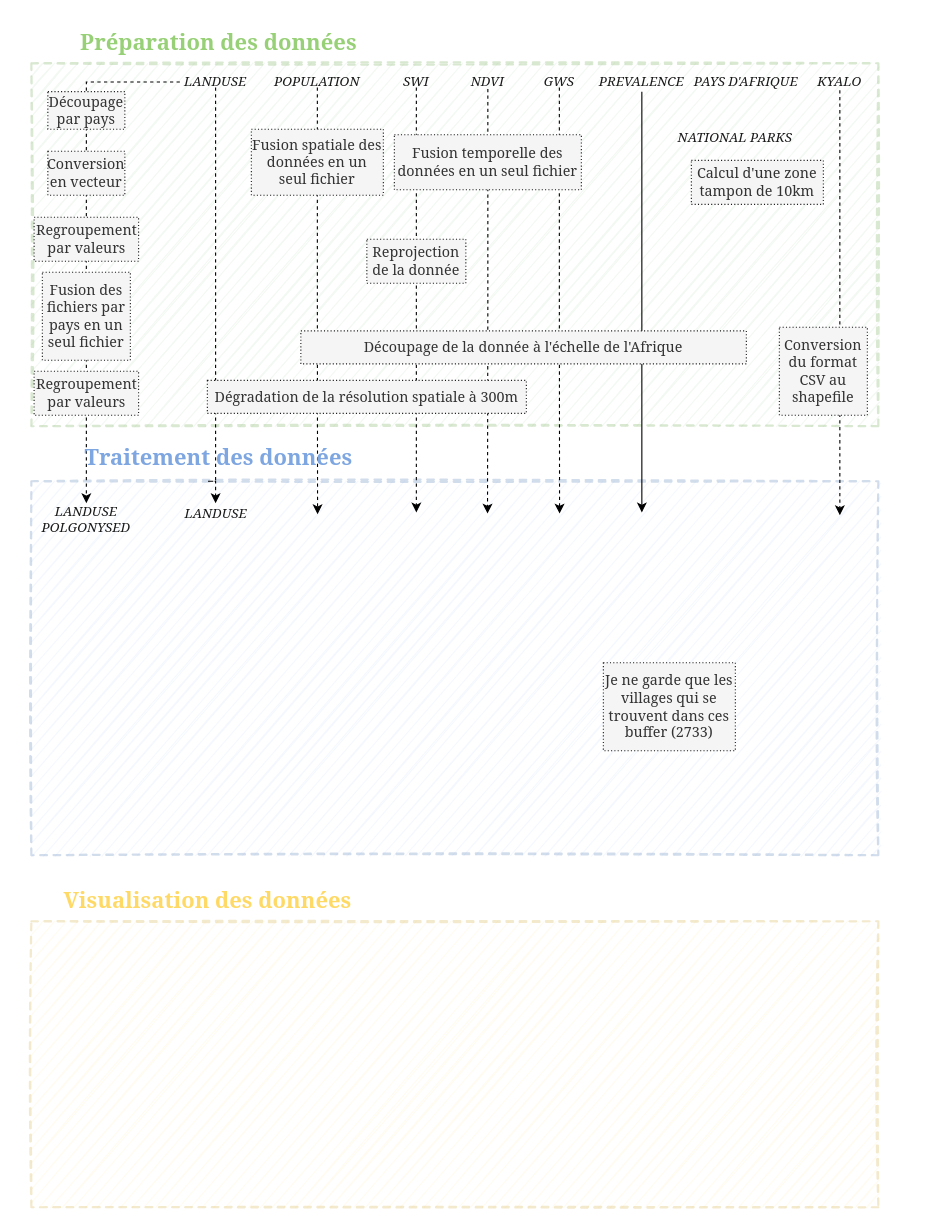
Above: page "Global I/O" (1 of 2) of docs/INPMT_simple.drawio in pierre-manchon/INPMT (draw.io), before the change. Source tidied: cells renumbered, new cells numbered last; positions are measured from the earlier drawing's top-left corner, leaving out a move shared by most shapes. Both pictures are drawn from the tidied source at 110%, with x=0, y=0 at pixel (31, 19).
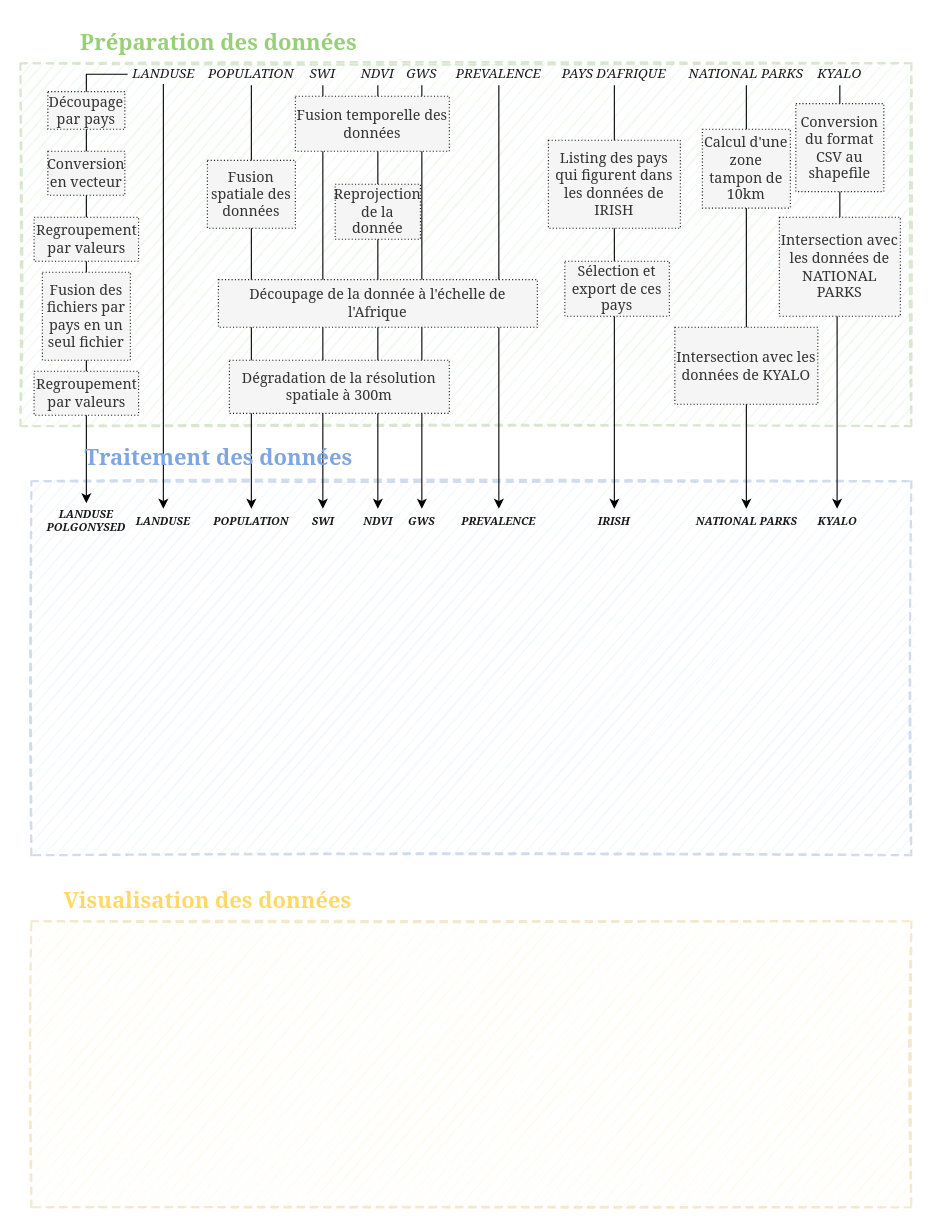
After the change.

What changed in the source:
```diff
@@
     <mxCell id="2" style="rounded=0;whiteSpace=wrap;html=1;strokeColor=#6c8ebf;dashed=1;strokeWidth=2;fillColor=#dae8fc;opacity=30;sketch=1;" parent="1" vertex="1">
-      <mxGeometry y="420" width="770" height="340" as="geometry" />
+      <mxGeometry y="420" width="800" height="340" as="geometry" />
     </mxCell>
     <mxCell id="3" style="rounded=0;whiteSpace=wrap;html=1;strokeColor=#82b366;dashed=1;strokeWidth=2;fillColor=#d5e8d4;opacity=30;shadow=0;sketch=1;" parent="1" vertex="1">
-      <mxGeometry y="40" width="770" height="330" as="geometry" />
+      <mxGeometry x="-10" y="40" width="810" height="330" as="geometry" />
     </mxCell>
@@
     <mxCell id="5" style="rounded=0;whiteSpace=wrap;html=1;strokeColor=#d6b656;dashed=1;strokeWidth=2;fillColor=#fff2cc;opacity=30;sketch=1;" parent="1" vertex="1">
-      <mxGeometry y="820" width="770" height="260" as="geometry" />
+      <mxGeometry y="820" width="800" height="260" as="geometry" />
     </mxCell>
@@
-    <mxCell id="7" value="Calcul d'une zone tampon de 10km" style="rounded=0;whiteSpace=wrap;html=1;shadow=0;labelBackgroundColor=none;sketch=0;fontFamily=Georgia;fontSize=13;strokeWidth=1;dashed=1;dashPattern=1 2;fontColor=#333333;fillColor=#F5F5F5;glass=0;strokeColor=#1A1A1A;" parent="1" vertex="1">
-      <mxGeometry x="600" y="128.3" width="120" height="40" as="geometry" />
-    </mxCell>
-    <mxCell id="8" value="Je ne garde que les villages qui se trouvent dans ces buffer (2733)" style="rounded=0;whiteSpace=wrap;html=1;shadow=0;labelBackgroundColor=none;sketch=0;fontFamily=Georgia;fontSize=13;strokeWidth=1;dashed=1;dashPattern=1 2;fontColor=#333333;fillColor=#F5F5F5;glass=0;strokeColor=#1A1A1A;" parent="1" vertex="1">
-      <mxGeometry x="520" y="585" width="120" height="80" as="geometry" />
-    </mxCell>
-    <mxCell id="9" style="edgeStyle=orthogonalEdgeStyle;rounded=0;jettySize=auto;html=1;exitX=0.5;exitY=1;exitDx=0;exitDy=0;dashed=1;entryX=0.5;entryY=0;entryDx=0;entryDy=0;" parent="1" edge="1" source="11" target="36">
+    <mxCell id="9" style="edgeStyle=orthogonalEdgeStyle;rounded=0;jettySize=auto;html=1;exitX=0.5;exitY=1;exitDx=0;exitDy=0;entryX=0.5;entryY=0;entryDx=0;entryDy=0;" parent="1" edge="1" source="11" target="36">
       <mxGeometry relative="1" as="geometry">
         <Array as="points">
-          <mxPoint x="160" y="420" />
-          <mxPoint x="160" y="420" />
+          <mxPoint x="120" y="61" />
         </Array>
       </mxGeometry>
     </mxCell>
-    <mxCell id="10" style="edgeStyle=orthogonalEdgeStyle;rounded=0;jettySize=auto;html=1;exitX=0;exitY=0.5;exitDx=0;exitDy=0;dashed=1;entryX=0.5;entryY=0;entryDx=0;entryDy=0;" parent="1" edge="1" source="11" target="35">
+    <mxCell id="10" style="edgeStyle=orthogonalEdgeStyle;rounded=0;jettySize=auto;html=1;exitX=0;exitY=0.5;exitDx=0;exitDy=0;entryX=0.5;entryY=0;entryDx=0;entryDy=0;" parent="1" edge="1" source="11" target="35">
       <mxGeometry relative="1" as="geometry">
         <Array as="points">
-          <mxPoint x="50" y="57" />
+          <mxPoint x="88" y="50" />
+          <mxPoint x="50" y="50" />
         </Array>
       </mxGeometry>
     </mxCell>
     <mxCell id="11" value="LANDUSE" style="text;html=1;strokeColor=none;fillColor=none;align=center;verticalAlign=middle;whiteSpace=wrap;rounded=0;shadow=0;labelBackgroundColor=none;sketch=0;fontFamily=Georgia;fontSize=12;fontColor=#1A1A1A;fontStyle=2;rotation=0;direction=east;" parent="1" vertex="1">
-      <mxGeometry x="135" y="52.1" width="65" height="10" as="geometry" />
+      <mxGeometry x="87.5" y="41" width="65" height="17.9" as="geometry" />
     </mxCell>
@@
-    <mxCell id="15" style="edgeStyle=orthogonalEdgeStyle;rounded=0;jettySize=auto;html=1;exitX=0.5;exitY=1;exitDx=0;exitDy=0;dashed=1;" parent="1" edge="1" source="16">
-      <mxGeometry relative="1" as="geometry">
-        <mxPoint x="260.2" y="450" as="targetPoint" />
-      </mxGeometry>
+    <mxCell id="15" style="edgeStyle=orthogonalEdgeStyle;rounded=0;jettySize=auto;html=1;exitX=0.5;exitY=1;exitDx=0;exitDy=0;entryX=0.5;entryY=0;entryDx=0;entryDy=0;" parent="1" edge="1" source="16" target="42">
+      <mxGeometry relative="1" as="geometry" />
     </mxCell>
     <mxCell id="16" value="POPULATION" style="text;html=1;strokeColor=none;fillColor=none;align=center;verticalAlign=middle;whiteSpace=wrap;rounded=0;shadow=0;labelBackgroundColor=none;sketch=0;fontFamily=Georgia;fontSize=12;fontColor=#1A1A1A;fontStyle=2;rotation=0;direction=east;" parent="1" vertex="1">
-      <mxGeometry x="220" y="52.1" width="80" height="10" as="geometry" />
+      <mxGeometry x="160" y="40" width="80" height="20" as="geometry" />
     </mxCell>
-    <mxCell id="17" style="edgeStyle=orthogonalEdgeStyle;rounded=0;jettySize=auto;html=1;exitX=0.5;exitY=1;exitDx=0;exitDy=0;dashed=1;" parent="1" edge="1" source="18">
+    <mxCell id="17" style="edgeStyle=orthogonalEdgeStyle;rounded=0;jettySize=auto;html=1;exitX=0.5;exitY=1;exitDx=0;exitDy=0;entryX=0.5;entryY=0;entryDx=0;entryDy=0;" parent="1" edge="1" source="18" target="43">
       <mxGeometry relative="1" as="geometry">
-        <mxPoint x="350" y="448.3" as="targetPoint" />
+        <Array as="points">
+          <mxPoint x="265" y="445" />
+        </Array>
       </mxGeometry>
     </mxCell>
     <mxCell id="18" value="SWI" style="text;html=1;strokeColor=none;fillColor=none;align=center;verticalAlign=middle;whiteSpace=wrap;rounded=0;shadow=0;labelBackgroundColor=none;sketch=0;fontFamily=Georgia;fontSize=12;fontColor=#1A1A1A;fontStyle=2;rotation=0;direction=east;" parent="1" vertex="1">
-      <mxGeometry x="335" y="52.1" width="30" height="10" as="geometry" />
+      <mxGeometry x="250" y="40" width="30" height="20" as="geometry" />
     </mxCell>
-    <mxCell id="19" style="edgeStyle=orthogonalEdgeStyle;rounded=0;jettySize=auto;html=1;exitX=0.5;exitY=1;exitDx=0;exitDy=0;dashed=1;" parent="1" edge="1" source="20">
+    <mxCell id="19" style="edgeStyle=orthogonalEdgeStyle;rounded=0;jettySize=auto;html=1;exitX=0.5;exitY=1;exitDx=0;exitDy=0;entryX=0.5;entryY=0;entryDx=0;entryDy=0;" parent="1" edge="1" source="20" target="45">
       <mxGeometry relative="1" as="geometry">
-        <mxPoint x="480.2" y="449.4" as="targetPoint" />
+        <Array as="points">
+          <mxPoint x="355" y="410" />
+          <mxPoint x="355" y="410" />
+        </Array>
       </mxGeometry>
     </mxCell>
     <mxCell id="20" value="GWS" style="text;html=1;strokeColor=none;fillColor=none;align=center;verticalAlign=middle;whiteSpace=wrap;rounded=0;shadow=0;labelBackgroundColor=none;sketch=0;fontFamily=Georgia;fontSize=12;fontColor=#1A1A1A;fontStyle=2;rotation=0;direction=east;" parent="1" vertex="1">
-      <mxGeometry x="465" y="52.1" width="30" height="10" as="geometry" />
+      <mxGeometry x="340" y="40" width="30" height="20" as="geometry" />
     </mxCell>
-    <mxCell id="21" value="Traitement des données" style="text;align=center;verticalAlign=middle;rounded=0;dashed=1;opacity=30;fontStyle=1;fontSize=20;labelBackgroundColor=none;labelBorderColor=none;html=1;labelPosition=center;verticalLabelPosition=middle;fontFamily=Georgia;fontColor=#7EA6E0;" parent="1" vertex="1">
-      <mxGeometry x="30" y="378.3" width="280" height="40" as="geometry" />
-    </mxCell>
+    <mxCell id="40" style="edgeStyle=orthogonalEdgeStyle;rounded=0;jettySize=auto;html=1;exitX=0.5;exitY=1;exitDx=0;exitDy=0;fontSize=10;entryX=0.5;entryY=0;entryDx=0;entryDy=0;" parent="1" edge="1" source="22" target="48">
+      <mxGeometry relative="1" as="geometry" />
+    </mxCell>
     <mxCell id="22" value="PAYS D'AFRIQUE" style="text;html=1;strokeColor=none;fillColor=none;align=center;verticalAlign=middle;whiteSpace=wrap;rounded=0;shadow=0;labelBackgroundColor=none;sketch=0;fontFamily=Georgia;fontSize=12;fontColor=#1A1A1A;fontStyle=2;rotation=0;direction=east;" parent="1" vertex="1">
-      <mxGeometry x="600" y="49.6" width="100" height="15" as="geometry" />
+      <mxGeometry x="480" y="40" width="100" height="20" as="geometry" />
     </mxCell>
-    <mxCell id="23" style="edgeStyle=orthogonalEdgeStyle;rounded=0;jettySize=auto;html=1;exitX=0.5;exitY=1;exitDx=0;exitDy=0;dashed=1;" parent="1" edge="1" source="24">
-      <mxGeometry relative="1" as="geometry">
-        <mxPoint x="735" y="450.9" as="targetPoint" />
-      </mxGeometry>
+    <mxCell id="23" style="edgeStyle=orthogonalEdgeStyle;rounded=0;jettySize=auto;html=1;exitX=0.5;exitY=1;exitDx=0;exitDy=0;entryX=0.5;entryY=0;entryDx=0;entryDy=0;" parent="1" edge="1" source="24" target="49">
+      <mxGeometry relative="1" as="geometry" />
     </mxCell>
     <mxCell id="24" value="KYALO" style="text;html=1;strokeColor=none;fillColor=none;align=center;verticalAlign=middle;whiteSpace=wrap;rounded=0;shadow=0;labelBackgroundColor=none;sketch=0;fontFamily=Georgia;fontSize=12;fontColor=#1A1A1A;fontStyle=2;rotation=0;direction=east;" parent="1" vertex="1">
-      <mxGeometry x="710" y="49.6" width="50" height="15" as="geometry" />
+      <mxGeometry x="710" y="40" width="50" height="20" as="geometry" />
     </mxCell>
+    <mxCell id="41" style="edgeStyle=orthogonalEdgeStyle;rounded=0;jettySize=auto;html=1;exitX=0.5;exitY=1;exitDx=0;exitDy=0;fontSize=10;entryX=0.5;entryY=0;entryDx=0;entryDy=0;" parent="1" edge="1" source="25" target="50">
+      <mxGeometry relative="1" as="geometry" />
+    </mxCell>
     <mxCell id="25" value="NATIONAL PARKS" style="text;html=1;strokeColor=none;fillColor=none;align=center;verticalAlign=middle;whiteSpace=wrap;rounded=0;shadow=0;labelBackgroundColor=none;sketch=0;fontFamily=Georgia;fontSize=12;fontColor=#1A1A1A;fontStyle=2;rotation=0;direction=east;" parent="1" vertex="1">
-      <mxGeometry x="580" y="98.3" width="120" height="20" as="geometry" />
+      <mxGeometry x="590" y="40" width="120" height="20" as="geometry" />
     </mxCell>
-    <mxCell id="26" style="edgeStyle=orthogonalEdgeStyle;rounded=0;jettySize=auto;html=1;exitX=0.5;exitY=1;exitDx=0;exitDy=0;dashed=1;" parent="1" edge="1" source="27">
+    <mxCell id="26" style="edgeStyle=orthogonalEdgeStyle;rounded=0;jettySize=auto;html=1;exitX=0.5;exitY=1;exitDx=0;exitDy=0;entryX=0.5;entryY=0;entryDx=0;entryDy=0;" parent="1" edge="1" source="27" target="44">
       <mxGeometry relative="1" as="geometry">
-        <mxPoint x="414.7" y="449.4" as="targetPoint" />
+        <Array as="points">
+          <mxPoint x="315" y="445" />
+        </Array>
       </mxGeometry>
     </mxCell>
     <mxCell id="27" value="NDVI" style="text;html=1;strokeColor=none;fillColor=none;align=center;verticalAlign=middle;whiteSpace=wrap;rounded=0;shadow=0;labelBackgroundColor=none;sketch=0;fontFamily=Georgia;fontSize=12;fontColor=#1A1A1A;fontStyle=2;rotation=0;direction=east;" parent="1" vertex="1">
-      <mxGeometry x="390" y="50.8" width="50" height="12.5" as="geometry" />
+      <mxGeometry x="290" y="40" width="50" height="20" as="geometry" />
     </mxCell>
-    <mxCell id="28" style="edgeStyle=orthogonalEdgeStyle;rounded=0;jettySize=auto;html=1;exitX=0.5;exitY=1;exitDx=0;exitDy=0;" parent="1" edge="1" source="29">
+    <mxCell id="28" style="edgeStyle=orthogonalEdgeStyle;rounded=0;jettySize=auto;html=1;exitX=0.5;exitY=1;exitDx=0;exitDy=0;entryX=0.5;entryY=0;entryDx=0;entryDy=0;" parent="1" edge="1" source="29" target="46">
       <mxGeometry relative="1" as="geometry">
-        <mxPoint x="555" y="448.3" as="targetPoint" />
         <Array as="points">
-          <mxPoint x="555" y="438.3" />
-          <mxPoint x="555" y="438.3" />
+          <mxPoint x="425" y="445" />
         </Array>
       </mxGeometry>
     </mxCell>
     <mxCell id="29" value="PREVALENCE" style="text;html=1;strokeColor=none;fillColor=none;align=center;verticalAlign=middle;whiteSpace=wrap;rounded=0;shadow=0;labelBackgroundColor=none;sketch=0;fontFamily=Georgia;fontSize=12;fontColor=#1A1A1A;fontStyle=2;rotation=0;direction=east;" parent="1" vertex="1">
-      <mxGeometry x="510" y="48.3" width="90" height="17.5" as="geometry" />
+      <mxGeometry x="380" y="40" width="90" height="20" as="geometry" />
     </mxCell>
-    <mxCell id="30" value="Fusion spatiale des données en un seul fichier" style="rounded=0;whiteSpace=wrap;html=1;shadow=0;labelBackgroundColor=none;sketch=0;fontFamily=Georgia;fontSize=13;strokeWidth=1;dashed=1;dashPattern=1 2;fontColor=#333333;fillColor=#F5F5F5;glass=0;strokeColor=#1A1A1A;" parent="1" vertex="1">
-      <mxGeometry x="200" y="100" width="120" height="60" as="geometry" />
+    <mxCell id="30" value="Fusion spatiale des données" style="rounded=0;whiteSpace=wrap;html=1;shadow=0;labelBackgroundColor=none;sketch=0;fontFamily=Georgia;fontSize=13;strokeWidth=1;dashed=1;dashPattern=1 2;fontColor=#333333;fillColor=#F5F5F5;glass=0;strokeColor=#1A1A1A;" parent="1" vertex="1">
+      <mxGeometry x="160" y="128.3" width="80" height="61.7" as="geometry" />
     </mxCell>
-    <mxCell id="31" value="Fusion temporelle des données en un seul fichier" style="rounded=0;whiteSpace=wrap;html=1;shadow=0;labelBackgroundColor=none;sketch=0;fontFamily=Georgia;fontSize=13;strokeWidth=1;dashed=1;dashPattern=1 2;fontColor=#333333;fillColor=#F5F5F5;glass=0;strokeColor=#1A1A1A;" parent="1" vertex="1">
-      <mxGeometry x="330" y="105" width="170" height="50" as="geometry" />
+    <mxCell id="31" value="Fusion temporelle des données" style="rounded=0;whiteSpace=wrap;html=1;shadow=0;labelBackgroundColor=none;sketch=0;fontFamily=Georgia;fontSize=13;strokeWidth=1;dashed=1;dashPattern=1 2;fontColor=#333333;fillColor=#F5F5F5;glass=0;strokeColor=#1A1A1A;" parent="1" vertex="1">
+      <mxGeometry x="240" y="70" width="140" height="50" as="geometry" />
     </mxCell>
     <mxCell id="32" value="Dégradation de la résolution spatiale à 300m" style="rounded=0;whiteSpace=wrap;html=1;shadow=0;labelBackgroundColor=none;sketch=0;fontFamily=Georgia;fontSize=13;strokeWidth=1;dashed=1;dashPattern=1 2;fontColor=#333333;fillColor=#F5F5F5;glass=0;strokeColor=#1A1A1A;" parent="1" vertex="1">
-      <mxGeometry x="160" y="328.3" width="290" height="30" as="geometry" />
+      <mxGeometry x="180" y="310" width="200" height="48.3" as="geometry" />
     </mxCell>
     <mxCell id="33" value="Découpage de la donnée à l'échelle de l'Afrique" style="rounded=0;whiteSpace=wrap;html=1;shadow=0;labelBackgroundColor=none;sketch=0;fontFamily=Georgia;fontSize=13;strokeWidth=1;dashed=1;dashPattern=1 2;fontColor=#333333;fillColor=#F5F5F5;glass=0;strokeColor=#1A1A1A;" parent="1" vertex="1">
-      <mxGeometry x="245" y="283.3" width="405" height="30" as="geometry" />
+      <mxGeometry x="170" y="236.7" width="290" height="43.3" as="geometry" />
     </mxCell>
@@
-    <mxCell id="35" value="LANDUSE POLGONYSED" style="text;html=1;strokeColor=none;fillColor=none;align=center;verticalAlign=middle;whiteSpace=wrap;rounded=0;shadow=0;labelBackgroundColor=none;sketch=0;fontFamily=Georgia;fontSize=12;fontColor=#1A1A1A;fontStyle=2;rotation=0;direction=east;" parent="1" vertex="1">
+    <mxCell id="35" value="LANDUSE POLGONYSED" style="text;html=1;strokeColor=none;fillColor=none;align=center;verticalAlign=middle;whiteSpace=wrap;rounded=0;shadow=0;labelBackgroundColor=none;sketch=0;fontFamily=Georgia;fontSize=10;fontColor=#1A1A1A;fontStyle=3;rotation=0;direction=east;" parent="1" vertex="1">
       <mxGeometry x="10" y="440" width="80" height="30" as="geometry" />
     </mxCell>
-    <mxCell id="36" value="LANDUSE" style="text;html=1;strokeColor=none;fillColor=none;align=center;verticalAlign=middle;whiteSpace=wrap;rounded=0;shadow=0;labelBackgroundColor=none;sketch=0;fontFamily=Georgia;fontSize=12;fontColor=#1A1A1A;fontStyle=2;rotation=0;direction=east;" parent="1" vertex="1">
-      <mxGeometry x="127.5" y="440" width="80" height="20" as="geometry" />
+    <mxCell id="36" value="LANDUSE" style="text;html=1;strokeColor=none;fillColor=none;align=center;verticalAlign=middle;whiteSpace=wrap;rounded=0;shadow=0;labelBackgroundColor=none;sketch=0;fontFamily=Georgia;fontSize=10;fontColor=#1A1A1A;fontStyle=3;rotation=0;direction=east;" parent="1" vertex="1">
+      <mxGeometry x="90" y="445" width="60" height="20" as="geometry" />
     </mxCell>
     <mxCell id="37" value="Reprojection de la donnée" style="rounded=0;whiteSpace=wrap;html=1;shadow=0;labelBackgroundColor=none;sketch=0;fontFamily=Georgia;fontSize=13;strokeWidth=1;dashed=1;dashPattern=1 2;fontColor=#333333;fillColor=#F5F5F5;glass=0;strokeColor=#1A1A1A;" parent="1" vertex="1">
-      <mxGeometry x="305" y="200" width="90" height="40" as="geometry" />
+      <mxGeometry x="276.2" y="150" width="77.5" height="50" as="geometry" />
     </mxCell>
     <mxCell id="38" value="Conversion du format CSV au shapefile" style="rounded=0;whiteSpace=wrap;html=1;shadow=0;labelBackgroundColor=none;sketch=0;fontFamily=Georgia;fontSize=13;strokeWidth=1;dashed=1;dashPattern=1 2;fontColor=#333333;fillColor=#F5F5F5;glass=0;strokeColor=#1A1A1A;" parent="1" vertex="1">
-      <mxGeometry x="680" y="280" width="80" height="80" as="geometry" />
+      <mxGeometry x="695" y="76.7" width="80" height="80" as="geometry" />
     </mxCell>
@@
+    <mxCell id="42" value="POPULATION" style="text;html=1;strokeColor=none;fillColor=none;align=center;verticalAlign=middle;whiteSpace=wrap;rounded=0;shadow=0;labelBackgroundColor=none;sketch=0;fontFamily=Georgia;fontSize=10;fontColor=#1A1A1A;fontStyle=3;rotation=0;direction=east;" parent="1" vertex="1">
+      <mxGeometry x="160" y="445" width="80" height="20" as="geometry" />
+    </mxCell>
+    <mxCell id="43" value="SWI" style="text;html=1;strokeColor=none;fillColor=none;align=center;verticalAlign=middle;whiteSpace=wrap;rounded=0;shadow=0;labelBackgroundColor=none;sketch=0;fontFamily=Georgia;fontSize=10;fontColor=#1A1A1A;fontStyle=3;rotation=0;direction=east;" parent="1" vertex="1">
+      <mxGeometry x="252.5" y="445" width="25" height="20" as="geometry" />
+    </mxCell>
+    <mxCell id="44" value="NDVI" style="text;html=1;strokeColor=none;fillColor=none;align=center;verticalAlign=middle;whiteSpace=wrap;rounded=0;shadow=0;labelBackgroundColor=none;sketch=0;fontFamily=Georgia;fontSize=10;fontColor=#1A1A1A;fontStyle=3;rotation=0;direction=east;" parent="1" vertex="1">
+      <mxGeometry x="297.5" y="445" width="35" height="20" as="geometry" />
+    </mxCell>
+    <mxCell id="45" value="GWS" style="text;html=1;strokeColor=none;fillColor=none;align=center;verticalAlign=middle;whiteSpace=wrap;rounded=0;shadow=0;labelBackgroundColor=none;sketch=0;fontFamily=Georgia;fontSize=10;fontColor=#1A1A1A;fontStyle=3;rotation=0;direction=east;" parent="1" vertex="1">
+      <mxGeometry x="340" y="445" width="30" height="20" as="geometry" />
+    </mxCell>
+    <mxCell id="21" value="Traitement des données" style="text;align=center;verticalAlign=middle;rounded=0;dashed=1;opacity=30;fontStyle=1;fontSize=20;labelBackgroundColor=none;labelBorderColor=none;html=1;labelPosition=center;verticalLabelPosition=middle;fontFamily=Georgia;fontColor=#7EA6E0;" parent="1" vertex="1">
+      <mxGeometry x="30" y="378.3" width="280" height="40" as="geometry" />
+    </mxCell>
+    <mxCell id="46" value="PREVALENCE" style="text;html=1;strokeColor=none;fillColor=none;align=center;verticalAlign=middle;whiteSpace=wrap;rounded=0;shadow=0;labelBackgroundColor=none;sketch=0;fontFamily=Georgia;fontSize=10;fontColor=#1A1A1A;fontStyle=3;rotation=0;direction=east;" parent="1" vertex="1">
+      <mxGeometry x="385" y="445" width="80" height="20" as="geometry" />
+    </mxCell>
+    <mxCell id="47" value="Intersection avec les données de KYALO" style="rounded=0;whiteSpace=wrap;html=1;shadow=0;labelBackgroundColor=none;sketch=0;fontFamily=Georgia;fontSize=13;strokeWidth=1;dashed=1;dashPattern=1 2;fontColor=#333333;fillColor=#F5F5F5;glass=0;strokeColor=#1A1A1A;" parent="1" vertex="1">
+      <mxGeometry x="585" y="280" width="130" height="70" as="geometry" />
+    </mxCell>
+    <mxCell id="48" value="IRISH" style="text;html=1;strokeColor=none;fillColor=none;align=center;verticalAlign=middle;whiteSpace=wrap;rounded=0;shadow=0;labelBackgroundColor=none;sketch=0;fontFamily=Georgia;fontSize=10;fontColor=#1A1A1A;fontStyle=3;rotation=0;direction=east;" parent="1" vertex="1">
+      <mxGeometry x="490" y="445" width="80" height="20" as="geometry" />
+    </mxCell>
+    <mxCell id="49" value="KYALO" style="text;html=1;strokeColor=none;fillColor=none;align=center;verticalAlign=middle;whiteSpace=wrap;rounded=0;shadow=0;labelBackgroundColor=none;sketch=0;fontFamily=Georgia;fontSize=10;fontColor=#1A1A1A;fontStyle=3;rotation=0;direction=east;" parent="1" vertex="1">
+      <mxGeometry x="707.5" y="445" width="50" height="20" as="geometry" />
+    </mxCell>
+    <mxCell id="50" value="NATIONAL PARKS" style="text;html=1;strokeColor=none;fillColor=none;align=center;verticalAlign=middle;whiteSpace=wrap;rounded=0;shadow=0;labelBackgroundColor=none;sketch=0;fontFamily=Georgia;fontSize=10;fontColor=#1A1A1A;fontStyle=3;rotation=0;direction=east;" parent="1" vertex="1">
+      <mxGeometry x="592.5" y="445" width="115" height="20" as="geometry" />
+    </mxCell>
+    <mxCell id="51" value="Intersection avec les données de NATIONAL PARKS" style="rounded=0;whiteSpace=wrap;html=1;shadow=0;labelBackgroundColor=none;sketch=0;fontFamily=Georgia;fontSize=13;strokeWidth=1;dashed=1;dashPattern=1 2;fontColor=#333333;fillColor=#F5F5F5;glass=0;strokeColor=#1A1A1A;" parent="1" vertex="1">
+      <mxGeometry x="680" y="180" width="110" height="90" as="geometry" />
+    </mxCell>
+    <mxCell id="7" value="Calcul d'une zone tampon de 10km" style="rounded=0;whiteSpace=wrap;html=1;shadow=0;labelBackgroundColor=none;sketch=0;fontFamily=Georgia;fontSize=13;strokeWidth=1;dashed=1;dashPattern=1 2;fontColor=#333333;fillColor=#F5F5F5;glass=0;strokeColor=#1A1A1A;" parent="1" vertex="1">
+      <mxGeometry x="610" y="100" width="80" height="71.7" as="geometry" />
+    </mxCell>
+    <mxCell id="52" value="Sélection et export de ces pays" style="rounded=0;whiteSpace=wrap;html=1;shadow=0;labelBackgroundColor=none;sketch=0;fontFamily=Georgia;fontSize=13;strokeWidth=1;dashed=1;dashPattern=1 2;fontColor=#333333;fillColor=#F5F5F5;glass=0;strokeColor=#1A1A1A;" parent="1" vertex="1">
+      <mxGeometry x="485" y="220" width="95" height="50" as="geometry" />
+    </mxCell>
+    <mxCell id="53" value="Listing des pays qui figurent dans les données de IRISH" style="rounded=0;whiteSpace=wrap;html=1;shadow=0;labelBackgroundColor=none;sketch=0;fontFamily=Georgia;fontSize=13;strokeWidth=1;dashed=1;dashPattern=1 2;fontColor=#333333;fillColor=#F5F5F5;glass=0;strokeColor=#1A1A1A;" parent="1" vertex="1">
+      <mxGeometry x="470" y="110" width="120" height="80" as="geometry" />
+    </mxCell>
```
